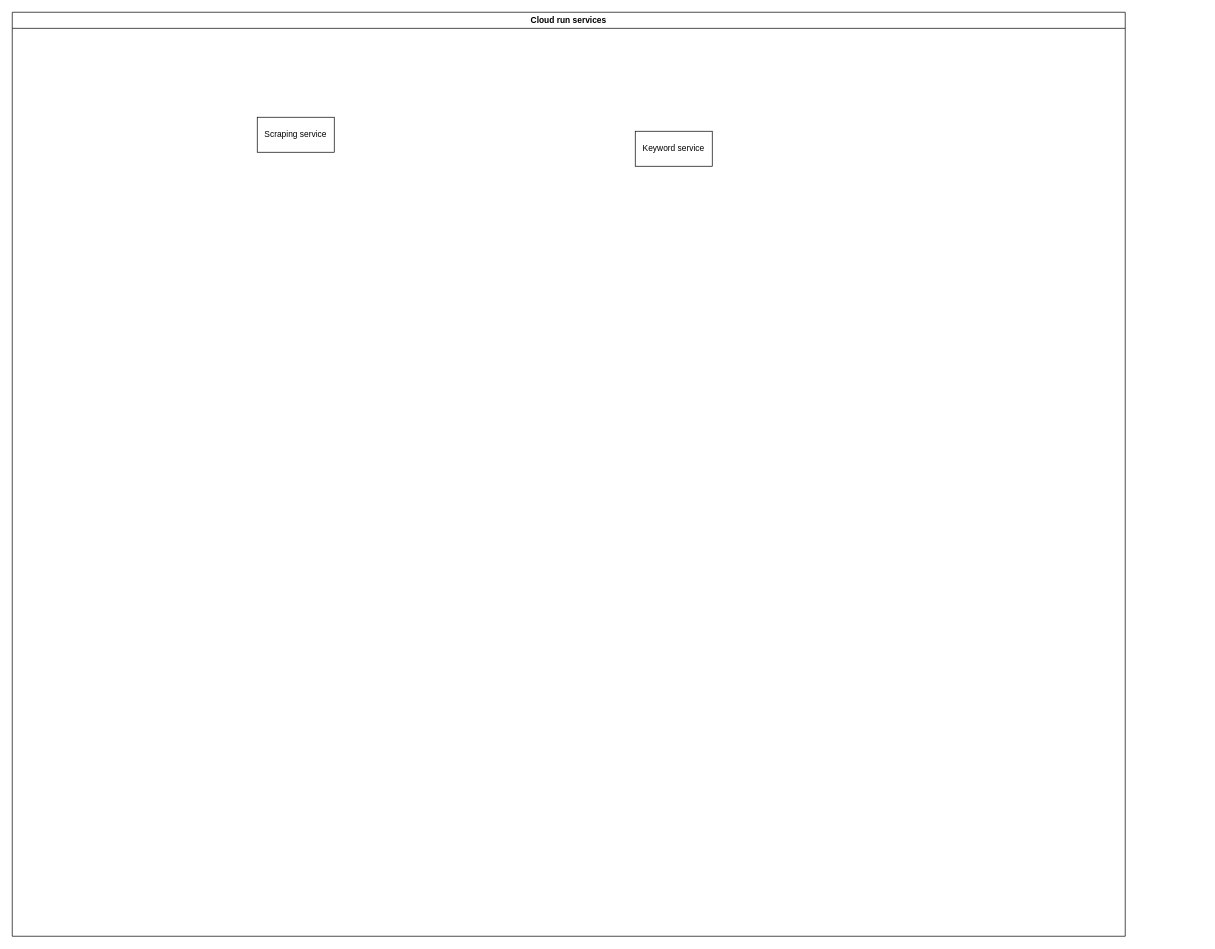
Before: Design/Components_diagram/Service_diagram.drawio in Warglaive/Fontys_deliverables_spienzer, a draw.io diagram. Source tidied: cells renumbered, new cells numbered last; positions are measured from the earlier drawing's top-left corner, leaving out a move shared by most shapes. Both pictures are drawn from the tidied source at 70%, with x=0, y=0 at pixel (12, 12).
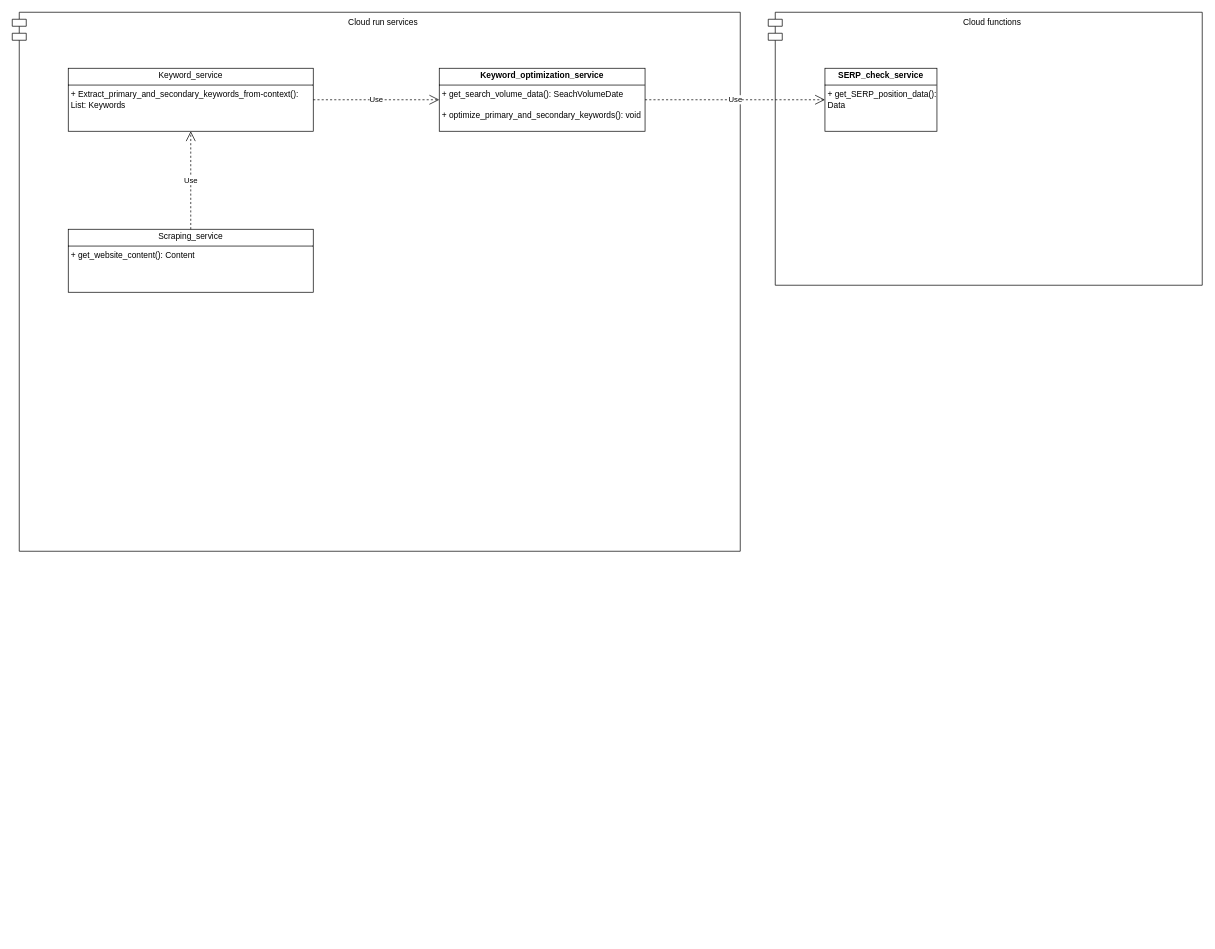
After the change.

What changed in the source:
```diff
@@
 <mxGraphModel>
   <root>
     <mxCell id="0" />
     <mxCell id="1" parent="0" />
-    <mxCell id="2" value="Cloud run services" style="swimlane;whiteSpace=wrap;html=1;" parent="1" vertex="1">
-      <mxGeometry width="1590" height="1320" as="geometry" />
+    <mxCell id="2" value="Cloud run services" style="shape=module;align=left;spacingLeft=20;align=center;verticalAlign=top;whiteSpace=wrap;html=1;" parent="1" vertex="1">
+      <mxGeometry width="1040" height="770" as="geometry" />
     </mxCell>
-    <mxCell id="3" value="Scraping service" style="html=1;whiteSpace=wrap;" parent="2" vertex="1">
-      <mxGeometry x="350" y="150" width="110" height="50" as="geometry" />
-    </mxCell>
-    <mxCell id="4" value="Keyword service" style="html=1;whiteSpace=wrap;" parent="1" vertex="1">
-      <mxGeometry x="890" y="170" width="110" height="50" as="geometry" />
-    </mxCell>
+    <mxCell id="5" value="&lt;p style=&quot;margin:0px;margin-top:4px;text-align:center;&quot;&gt;Keyword_&lt;span style=&quot;background-color: initial;&quot;&gt;service&lt;/span&gt;&lt;/p&gt;&lt;hr size=&quot;1&quot; style=&quot;border-style:solid;&quot;&gt;&lt;p style=&quot;margin:0px;margin-left:4px;&quot;&gt;&lt;/p&gt;&lt;p style=&quot;margin:0px;margin-left:4px;&quot;&gt;+ Extract_primary_and_secondary_keywords_from-context(): List: Keywords&lt;/p&gt;" style="verticalAlign=top;align=left;overflow=fill;html=1;whiteSpace=wrap;" parent="1" vertex="1">
+      <mxGeometry x="80" y="80" width="350" height="90" as="geometry" />
+    </mxCell>
+    <mxCell id="6" value="&lt;p style=&quot;margin:0px;margin-top:4px;text-align:center;&quot;&gt;Scraping_service&lt;br&gt;&lt;/p&gt;&lt;hr size=&quot;1&quot; style=&quot;border-style:solid;&quot;&gt;&lt;p style=&quot;margin:0px;margin-left:4px;&quot;&gt;&lt;/p&gt;&lt;p style=&quot;margin:0px;margin-left:4px;&quot;&gt;+ get_website_content(): Content&lt;/p&gt;&lt;p style=&quot;margin:0px;margin-left:4px;&quot;&gt;&lt;br&gt;&lt;/p&gt;" style="verticalAlign=top;align=left;overflow=fill;html=1;whiteSpace=wrap;" parent="1" vertex="1">
+      <mxGeometry x="80" y="310" width="350" height="90" as="geometry" />
+    </mxCell>
+    <mxCell id="7" value="Cloud functions" style="shape=module;align=left;spacingLeft=20;align=center;verticalAlign=top;whiteSpace=wrap;html=1;" parent="1" vertex="1">
+      <mxGeometry x="1080" width="620" height="390" as="geometry" />
+    </mxCell>
+    <mxCell id="8" value="&lt;p style=&quot;margin:0px;margin-top:4px;text-align:center;&quot;&gt;&lt;b&gt;SERP_check_service&lt;/b&gt;&lt;/p&gt;&lt;hr size=&quot;1&quot; style=&quot;border-style:solid;&quot;&gt;&lt;p style=&quot;margin:0px;margin-left:4px;&quot;&gt;&lt;/p&gt;&lt;p style=&quot;margin:0px;margin-left:4px;&quot;&gt;+ get_SERP_position_data(): Data&lt;/p&gt;" style="verticalAlign=top;align=left;overflow=fill;html=1;whiteSpace=wrap;" parent="1" vertex="1">
+      <mxGeometry x="1161" y="80" width="160" height="90" as="geometry" />
+    </mxCell>
+    <mxCell id="9" value="&lt;p style=&quot;margin:0px;margin-top:4px;text-align:center;&quot;&gt;&lt;b&gt;Keyword_optimization_service&lt;/b&gt;&lt;/p&gt;&lt;hr size=&quot;1&quot; style=&quot;border-style:solid;&quot;&gt;&lt;p style=&quot;margin:0px;margin-left:4px;&quot;&gt;&lt;/p&gt;&lt;p style=&quot;margin:0px;margin-left:4px;&quot;&gt;+ get_search_volume_data(): SeachVolumeDate&lt;/p&gt;&lt;p style=&quot;margin:0px;margin-left:4px;&quot;&gt;&lt;br&gt;&lt;/p&gt;&lt;p style=&quot;margin:0px;margin-left:4px;&quot;&gt;+ optimize_primary_and_secondary_keywords(): void&lt;/p&gt;" style="verticalAlign=top;align=left;overflow=fill;html=1;whiteSpace=wrap;" parent="1" vertex="1">
+      <mxGeometry x="610" y="80" width="294" height="90" as="geometry" />
+    </mxCell>
+    <mxCell id="10" value="Use" style="endArrow=open;endSize=12;dashed=1;html=1;rounded=0;entryX=0.5;entryY=1;entryDx=0;entryDy=0;exitX=0.5;exitY=0;exitDx=0;exitDy=0;" parent="1" edge="1" source="6" target="5">
+      <mxGeometry relative="1" as="geometry" />
+    </mxCell>
+    <mxCell id="11" value="Use" style="endArrow=open;endSize=12;dashed=1;html=1;rounded=0;exitX=1;exitY=0.5;exitDx=0;exitDy=0;entryX=0;entryY=0.5;entryDx=0;entryDy=0;" parent="1" edge="1" source="5" target="9">
+      <mxGeometry relative="1" as="geometry" />
+    </mxCell>
+    <mxCell id="12" value="Use" style="endArrow=open;endSize=12;dashed=1;html=1;rounded=0;exitX=1;exitY=0.5;exitDx=0;exitDy=0;entryX=0;entryY=0.5;entryDx=0;entryDy=0;" parent="1" edge="1" source="9" target="8">
+      <mxGeometry relative="1" as="geometry" />
+    </mxCell>
   </root>
 </mxGraphModel>
```
